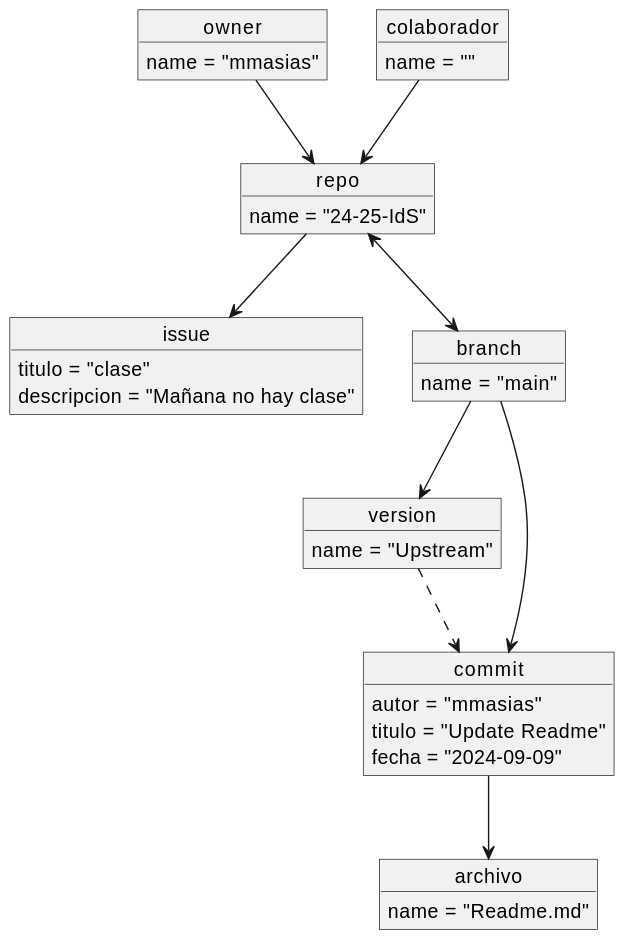
This is images/Original/ModeloObjetos.svg from Ingenieria-Informatica-UNEATLANTICO/app-actividad-post-parcial-0xJVR, a PlantUML export, as it was before one commit.
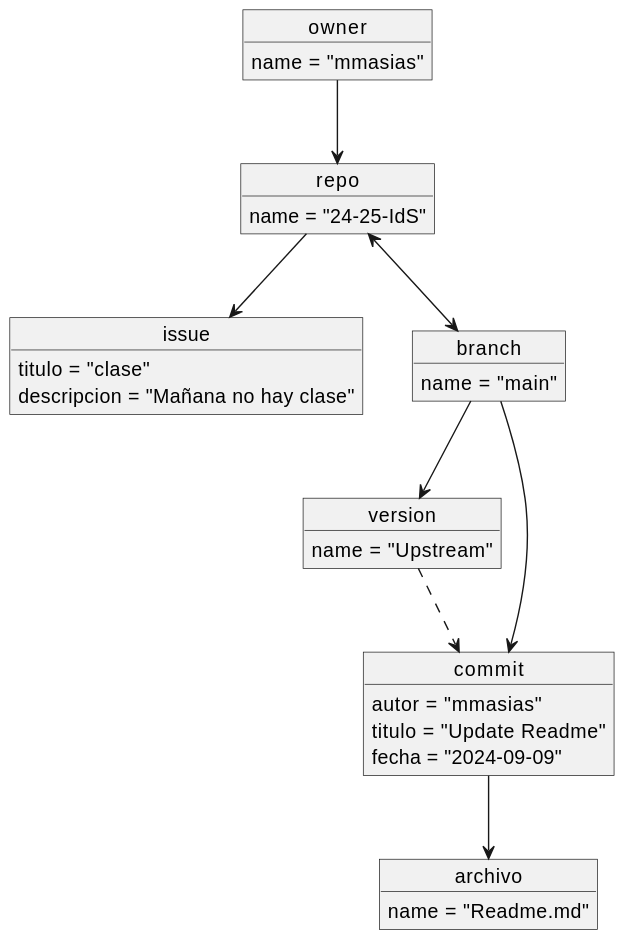
Later version of the same file.

Commit message:
Update Class Model SVG

Diff of the diagram source:
```diff
@@ -1,6 +1,5 @@
 @startuml
 object owner
-object colaborador
 object repo
 object issue
 object branch
@@ -9,7 +8,6 @@
 object archivo
 
 owner : name = "mmasias"
-colaborador : name = ""
 repo : name = "24-25-IdS"
 issue : titulo = "clase"
 issue : descripcion = "Mañana no hay clase"
@@ -21,7 +19,6 @@
 archivo : name = "Readme.md"
 
 owner --> repo
-colaborador --> repo
 repo <--> branch
 repo --> issue
 branch --> version
```
